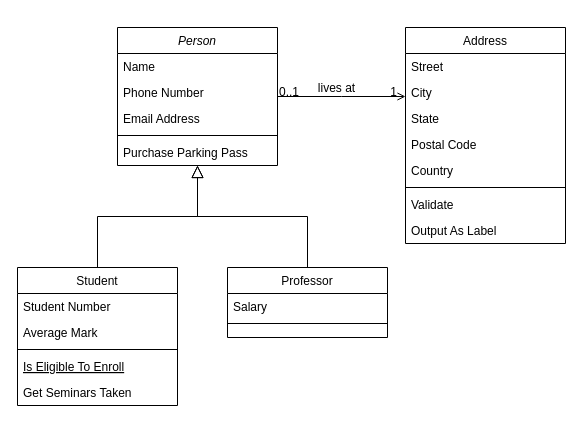
sanjshine99/6CS002-Advanced-SE-task-3 keeps this draw.io diagram as Untitled Diagram.drawio. Above is the earlier version. Source tidied: cells renumbered, new cells numbered last; positions are measured from the earlier drawing's top-left corner, leaving out a move shared by most shapes. Both pictures are drawn from the tidied source at 100%, with x=0, y=0 at pixel (17, 27).
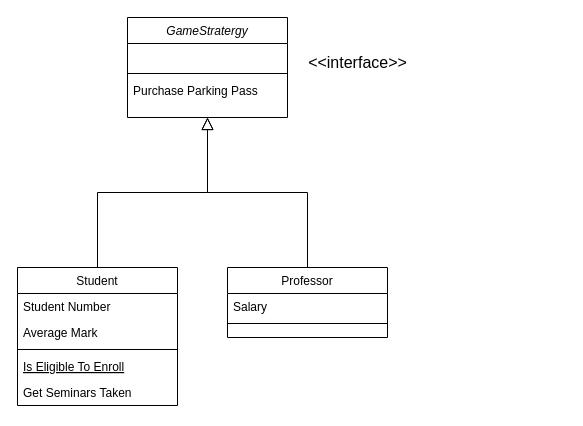
The same page after the edit.

The edit, as a diff of the source:
```diff
@@
-    <mxCell id="2" value="Person" style="swimlane;fontStyle=2;align=center;verticalAlign=top;horizontal=1;startSize=26;rounded=0;shadow=0;strokeWidth=1;" parent="1" vertex="1">
-      <mxGeometry x="100" width="160" height="138" as="geometry" />
+    <mxCell id="2" value="GameStratergy" style="swimlane;fontStyle=2;align=center;verticalAlign=top;horizontal=1;startSize=26;rounded=0;shadow=0;strokeWidth=1;" parent="1" vertex="1">
+      <mxGeometry x="110" y="-10" width="160" height="100" as="geometry" />
     </mxCell>
-    <mxCell id="3" value="Name" style="text;align=left;verticalAlign=top;spacingLeft=4;spacingRight=4;overflow=hidden;" parent="2" vertex="1">
+    <mxCell id="3" value="               " style="text;align=left;verticalAlign=top;spacingLeft=4;spacingRight=4;overflow=hidden;" parent="2" vertex="1">
       <mxGeometry y="26" width="160" height="26" as="geometry" />
     </mxCell>
-    <mxCell id="4" value="Phone Number" style="text;align=left;verticalAlign=top;spacingLeft=4;spacingRight=4;overflow=hidden;rounded=0;shadow=0;html=0;" parent="2" vertex="1">
-      <mxGeometry y="52" width="160" height="26" as="geometry" />
-    </mxCell>
-    <mxCell id="5" value="Email Address" style="text;align=left;verticalAlign=top;spacingLeft=4;spacingRight=4;overflow=hidden;rounded=0;shadow=0;html=0;" parent="2" vertex="1">
-      <mxGeometry y="78" width="160" height="26" as="geometry" />
-    </mxCell>
     <mxCell id="6" style="line;html=1;strokeWidth=1;align=left;verticalAlign=middle;spacingTop=-1;spacingLeft=3;spacingRight=3;labelPosition=right;" parent="2" vertex="1">
-      <mxGeometry y="104" width="160" height="8" as="geometry" />
+      <mxGeometry y="52" width="160" height="8" as="geometry" />
     </mxCell>
     <mxCell id="7" value="Purchase Parking Pass" style="text;align=left;verticalAlign=top;spacingLeft=4;spacingRight=4;overflow=hidden;" parent="2" vertex="1">
-      <mxGeometry y="112" width="160" height="26" as="geometry" />
+      <mxGeometry y="60" width="160" height="4" as="geometry" />
     </mxCell>
@@
-    <mxCell id="19" value="Address" style="swimlane;fontStyle=0;align=center;verticalAlign=top;horizontal=1;startSize=26;rounded=0;shadow=0;strokeWidth=1;" parent="1" vertex="1">
-      <mxGeometry x="388" width="160" height="216" as="geometry" />
-    </mxCell>
-    <mxCell id="20" value="Street" style="text;align=left;verticalAlign=top;spacingLeft=4;spacingRight=4;overflow=hidden;" parent="19" vertex="1">
-      <mxGeometry y="26" width="160" height="26" as="geometry" />
-    </mxCell>
-    <mxCell id="21" value="City" style="text;align=left;verticalAlign=top;spacingLeft=4;spacingRight=4;overflow=hidden;rounded=0;shadow=0;html=0;" parent="19" vertex="1">
-      <mxGeometry y="52" width="160" height="26" as="geometry" />
-    </mxCell>
-    <mxCell id="22" value="State" style="text;align=left;verticalAlign=top;spacingLeft=4;spacingRight=4;overflow=hidden;rounded=0;shadow=0;html=0;" parent="19" vertex="1">
-      <mxGeometry y="78" width="160" height="26" as="geometry" />
-    </mxCell>
-    <mxCell id="23" value="Postal Code" style="text;align=left;verticalAlign=top;spacingLeft=4;spacingRight=4;overflow=hidden;rounded=0;shadow=0;html=0;" parent="19" vertex="1">
-      <mxGeometry y="104" width="160" height="26" as="geometry" />
-    </mxCell>
-    <mxCell id="24" value="Country" style="text;align=left;verticalAlign=top;spacingLeft=4;spacingRight=4;overflow=hidden;rounded=0;shadow=0;html=0;" parent="19" vertex="1">
-      <mxGeometry y="130" width="160" height="26" as="geometry" />
-    </mxCell>
-    <mxCell id="25" style="line;html=1;strokeWidth=1;align=left;verticalAlign=middle;spacingTop=-1;spacingLeft=3;spacingRight=3;labelPosition=right;" parent="19" vertex="1">
-      <mxGeometry y="156" width="160" height="8" as="geometry" />
-    </mxCell>
-    <mxCell id="26" value="Validate" style="text;align=left;verticalAlign=top;spacingLeft=4;spacingRight=4;overflow=hidden;" parent="19" vertex="1">
-      <mxGeometry y="164" width="160" height="26" as="geometry" />
-    </mxCell>
-    <mxCell id="27" value="Output As Label" style="text;align=left;verticalAlign=top;spacingLeft=4;spacingRight=4;overflow=hidden;" parent="19" vertex="1">
-      <mxGeometry y="190" width="160" height="26" as="geometry" />
-    </mxCell>
-    <mxCell id="28" style="endArrow=open;shadow=0;strokeWidth=1;rounded=0;endFill=1;edgeStyle=elbowEdgeStyle;elbow=vertical;" parent="1" edge="1" source="2" target="19">
-      <mxGeometry x="0.5" y="41" relative="1" as="geometry">
-        <mxPoint x="-40" y="32" as="offset" />
-      </mxGeometry>
-    </mxCell>
-    <mxCell id="29" value="0..1" style="align=left;verticalAlign=bottom;labelBackgroundColor=none;fontSize=12;" parent="28" vertex="1">
-      <mxGeometry x="-1" relative="1" as="geometry">
-        <mxPoint y="4" as="offset" />
-      </mxGeometry>
-    </mxCell>
-    <mxCell id="30" value="1" style="align=right;verticalAlign=bottom;labelBackgroundColor=none;fontSize=12;" parent="28" vertex="1">
-      <mxGeometry x="1" relative="1" as="geometry">
-        <mxPoint x="-7" y="4" as="offset" />
-      </mxGeometry>
-    </mxCell>
-    <mxCell id="31" value="lives at" style="text;html=1;align=center;verticalAlign=middle;labelBackgroundColor=none;rounded=0;shadow=0;strokeWidth=1;fontSize=12;" parent="28" vertex="1">
-      <mxGeometry x="0.5" y="49" relative="1" as="geometry">
-        <mxPoint x="-38" y="40" as="offset" />
-      </mxGeometry>
-    </mxCell>
+    <mxCell id="32" value="&amp;lt;&amp;lt;interface&amp;gt;&amp;gt;" style="text;html=1;align=center;verticalAlign=middle;strokeColor=none;fillColor=none;fontSize=16;" parent="1" vertex="1">
+      <mxGeometry x="280" y="20" width="120" height="30" as="geometry" />
+    </mxCell>
```
